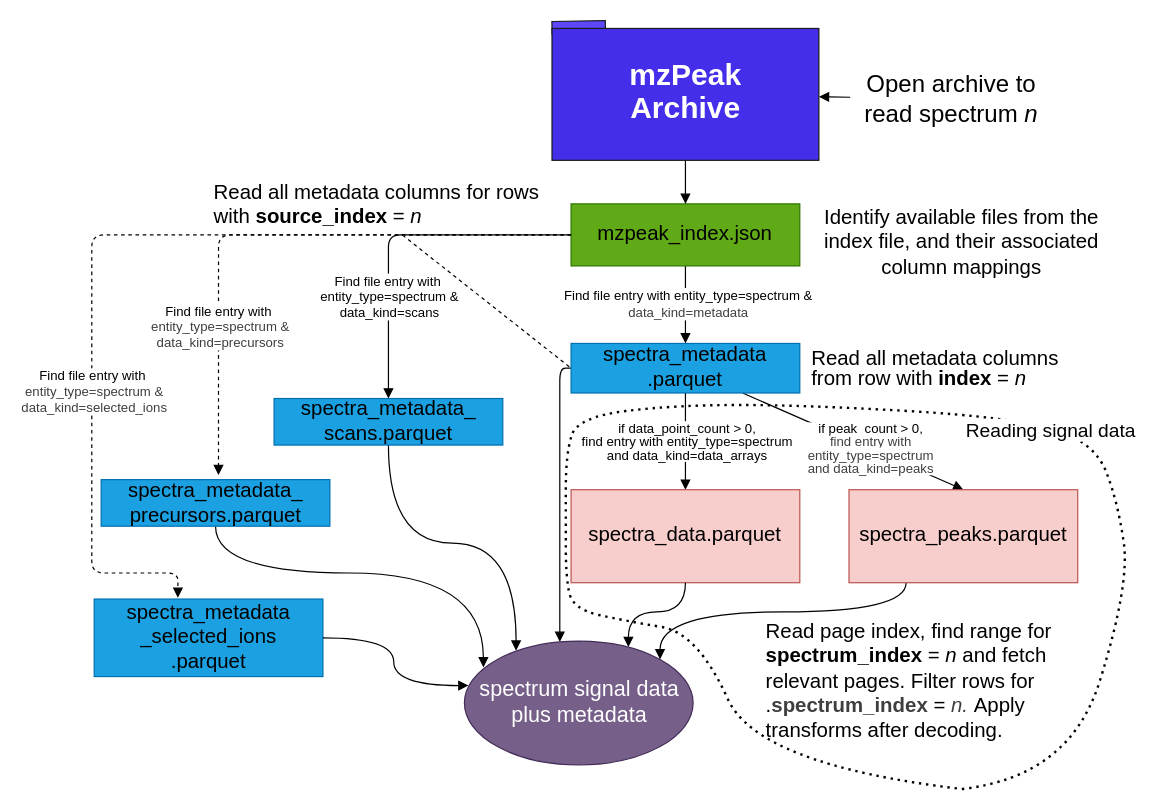
This is docs/assets/img/reading-from-0.drawio from HUPO-PSI/mzPeak-specification, a draw.io file, before an edit. Source tidied: cells renumbered, new cells numbered last; positions are measured from the earlier drawing's top-left corner, leaving out a move shared by most shapes. Both pictures are drawn from the tidied source at 120%, with x=0, y=0 at pixel (91, 20).
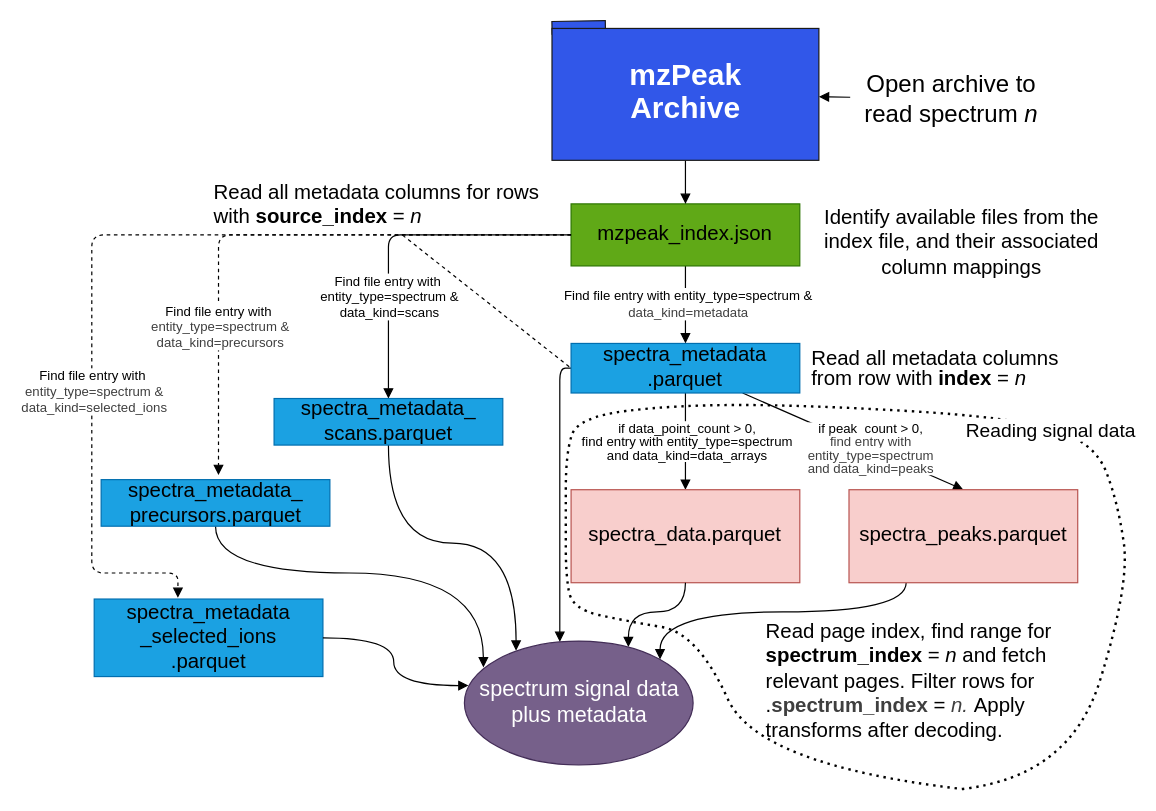
The same diagram, later.

Diff of the diagram source:
```diff
@@
-    <mxCell id="33" style="whiteSpace=wrap;html=1;fillColor=#5D48F9;strokeColor=light-dark(#1A1A1A,#121212);rotation=359;fontSize=14;" parent="1" vertex="1">
+    <mxCell id="33" style="whiteSpace=wrap;html=1;fillColor=#3157E9;strokeColor=light-dark(#1A1A1A,#121212);rotation=359;fontSize=14;" parent="1" vertex="1">
       <mxGeometry x="383.5" width="44.5" height="10.5" as="geometry" />
     </mxCell>
-    <mxCell id="34" value="&lt;div style=&quot;line-height: 110%;&quot;&gt;&lt;b style=&quot;font-size: 25px; background-color: transparent; color: light-dark(rgb(255, 255, 255), rgb(0, 0, 0));&quot;&gt;mzPeak&lt;/b&gt;&lt;/div&gt;&lt;div style=&quot;line-height: 110%;&quot;&gt;&lt;div&gt;&lt;font style=&quot;font-size: 25px; line-height: 110%;&quot;&gt;&lt;b style=&quot;color: light-dark(rgb(255, 255, 255), rgb(0, 0, 0));&quot;&gt;Archive&lt;/b&gt;&lt;/font&gt;&lt;/div&gt;&lt;/div&gt;" style="whiteSpace=wrap;html=1;fillColor=light-dark(#442eea, #9577a3);strokeColor=light-dark(#1A1A1A,#121212);fontColor=light-dark(#FFFFFF,#FFFFFF);fontSize=18;" parent="1" vertex="1">
+    <mxCell id="34" value="&lt;div style=&quot;line-height: 110%;&quot;&gt;&lt;b style=&quot;font-size: 25px; background-color: transparent; color: light-dark(rgb(255, 255, 255), rgb(0, 0, 0));&quot;&gt;mzPeak&lt;/b&gt;&lt;/div&gt;&lt;div style=&quot;line-height: 110%;&quot;&gt;&lt;div&gt;&lt;font style=&quot;font-size: 25px; line-height: 110%;&quot;&gt;&lt;b style=&quot;color: light-dark(rgb(255, 255, 255), rgb(0, 0, 0));&quot;&gt;Archive&lt;/b&gt;&lt;/font&gt;&lt;/div&gt;&lt;/div&gt;" style="whiteSpace=wrap;html=1;fillColor=light-dark(#3157E9,#9577A3);strokeColor=light-dark(#1A1A1A,#121212);fontColor=light-dark(#FFFFFF,#FFFFFF);fontSize=18;" parent="1" vertex="1">
       <mxGeometry x="383.5" y="6.2" width="222.4" height="109.9" as="geometry" />
     </mxCell>
```
